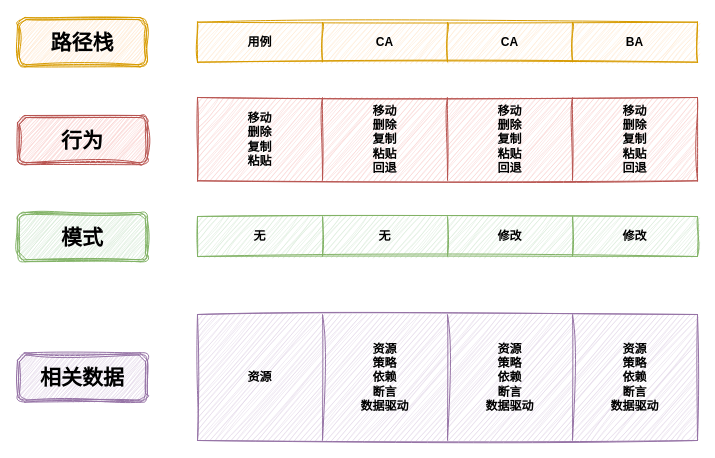
muxicode/c153080686 keeps this draw.io diagram as front/dir_view_record.drawio. Above is the earlier version. Source tidied: cells renumbered, new cells numbered last; positions are measured from the earlier drawing's top-left corner, leaving out a move shared by most shapes. Both pictures are drawn from the tidied source at 100%, with x=0, y=0 at pixel (17, 17).
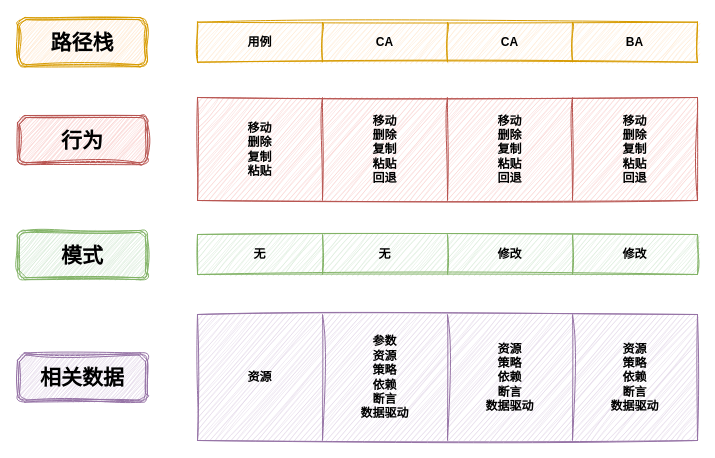
The same diagram, later.

The change refers to these unchanged cells:
```xml
<mxCell id="21" style="shape=tableRow;horizontal=0;startSize=0;swimlaneHead=0;swimlaneBody=0;strokeColor=inherit;top=0;left=0;bottom=0;right=0;fillColor=none;fontStyle=1;" parent="20" vertex="1">
  <mxGeometry width="500" height="126" as="geometry" />
</mxCell>
```

What changed in the source:
```diff
@@
     <mxCell id="8" style="shape=table;startSize=0;childLayout=tableLayout;fillColor=#f8cecc;strokeColor=#b85450;sketch=1;curveFitting=1;jiggle=2;fontStyle=1;" parent="1" vertex="1">
-      <mxGeometry x="180" y="80" width="500" height="83.3" as="geometry" />
+      <mxGeometry x="180" y="80" width="500" height="103" as="geometry" />
     </mxCell>
     <mxCell id="9" style="shape=tableRow;horizontal=0;startSize=0;swimlaneHead=0;swimlaneBody=0;strokeColor=inherit;top=0;left=0;bottom=0;right=0;fillColor=none;fontStyle=1;" parent="8" vertex="1">
-      <mxGeometry width="500" height="83" as="geometry" />
+      <mxGeometry width="500" height="103" as="geometry" />
     </mxCell>
     <mxCell id="10" value="移动&lt;div&gt;删除&lt;/div&gt;&lt;div&gt;复制&lt;/div&gt;&lt;div&gt;粘贴&lt;/div&gt;" style="shape=partialRectangle;html=1;whiteSpace=wrap;strokeColor=inherit;overflow=hidden;fillColor=none;top=0;left=0;bottom=0;right=0;fontStyle=1;" parent="9" vertex="1">
-      <mxGeometry width="125" height="83" as="geometry" />
+      <mxGeometry width="125" height="103" as="geometry" />
     </mxCell>
     <mxCell id="11" value="移动&lt;div&gt;删除&lt;/div&gt;&lt;div&gt;复制&lt;/div&gt;&lt;div&gt;粘贴&lt;/div&gt;&lt;div&gt;回退&lt;/div&gt;" style="shape=partialRectangle;html=1;whiteSpace=wrap;strokeColor=inherit;overflow=hidden;fillColor=none;top=0;left=0;bottom=0;right=0;fontStyle=1;" parent="9" vertex="1">
-      <mxGeometry x="125" width="125" height="83" as="geometry" />
+      <mxGeometry x="125" width="125" height="103" as="geometry" />
     </mxCell>
     <mxCell id="12" value="移动&lt;div&gt;删除&lt;/div&gt;&lt;div&gt;复制&lt;/div&gt;&lt;div&gt;粘贴&lt;/div&gt;&lt;div&gt;回退&lt;/div&gt;" style="shape=partialRectangle;html=1;whiteSpace=wrap;strokeColor=inherit;overflow=hidden;fillColor=none;top=0;left=0;bottom=0;right=0;fontStyle=1;" parent="9" vertex="1">
-      <mxGeometry x="250" width="125" height="83" as="geometry" />
+      <mxGeometry x="250" width="125" height="103" as="geometry" />
     </mxCell>
     <mxCell id="13" value="移动&lt;div&gt;删除&lt;/div&gt;&lt;div&gt;复制&lt;/div&gt;&lt;div&gt;粘贴&lt;/div&gt;&lt;div&gt;回退&lt;/div&gt;" style="shape=partialRectangle;html=1;whiteSpace=wrap;strokeColor=inherit;overflow=hidden;fillColor=none;top=0;left=0;bottom=0;right=0;fontStyle=1;" parent="9" vertex="1">
-      <mxGeometry x="375" width="125" height="83" as="geometry" />
+      <mxGeometry x="375" width="125" height="103" as="geometry" />
     </mxCell>
     <mxCell id="14" style="shape=table;startSize=0;childLayout=tableLayout;fillColor=#d5e8d4;strokeColor=#82b366;sketch=1;curveFitting=1;jiggle=2;fontStyle=1;" parent="1" vertex="1">
-      <mxGeometry x="180" y="199" width="500" height="40" as="geometry" />
+      <mxGeometry x="180" y="217" width="500" height="40" as="geometry" />
     </mxCell>
@@
-    <mxCell id="23" value="资源&lt;div&gt;策略&lt;/div&gt;&lt;div&gt;依赖&lt;/div&gt;&lt;div&gt;断言&lt;/div&gt;&lt;div&gt;数据驱动&lt;/div&gt;" style="shape=partialRectangle;html=1;whiteSpace=wrap;strokeColor=inherit;overflow=hidden;fillColor=none;top=0;left=0;bottom=0;right=0;fontStyle=1;" parent="21" vertex="1">
+    <mxCell id="23" value="&lt;div&gt;参数&lt;/div&gt;资源&lt;div&gt;策略&lt;/div&gt;&lt;div&gt;依赖&lt;/div&gt;&lt;div&gt;断言&lt;/div&gt;&lt;div&gt;数据驱动&lt;/div&gt;" style="shape=partialRectangle;html=1;whiteSpace=wrap;strokeColor=inherit;overflow=hidden;fillColor=none;top=0;left=0;bottom=0;right=0;fontStyle=1;" parent="21" vertex="1">
       <mxGeometry x="125" width="125" height="126" as="geometry" />
     </mxCell>
@@
     <mxCell id="28" value="&lt;span style=&quot;font-size: 21px; font-weight: 700; text-wrap: nowrap;&quot;&gt;模式&lt;/span&gt;" style="shape=ext;double=1;rounded=1;whiteSpace=wrap;html=1;strokeColor=#82b366;align=center;verticalAlign=middle;fontFamily=Helvetica;fontSize=12;fillColor=#d5e8d4;sketch=1;curveFitting=1;jiggle=2;" parent="1" vertex="1">
-      <mxGeometry y="195" width="130" height="49.2" as="geometry" />
+      <mxGeometry y="213" width="130" height="49.2" as="geometry" />
     </mxCell>
```
